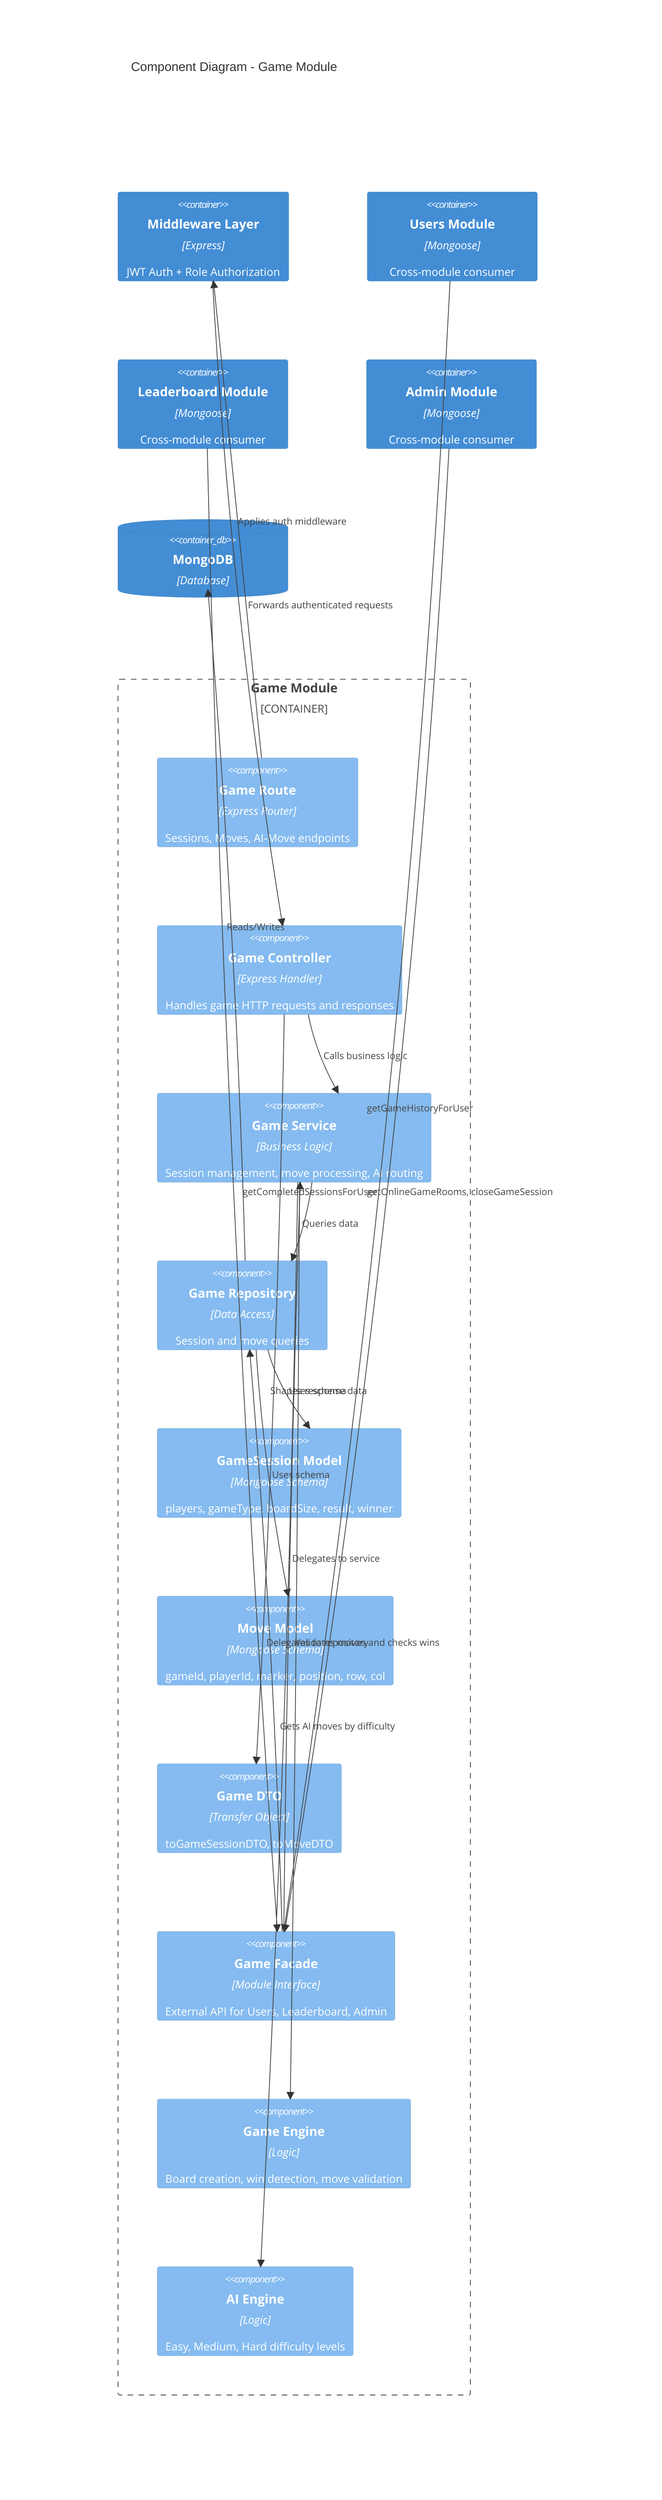
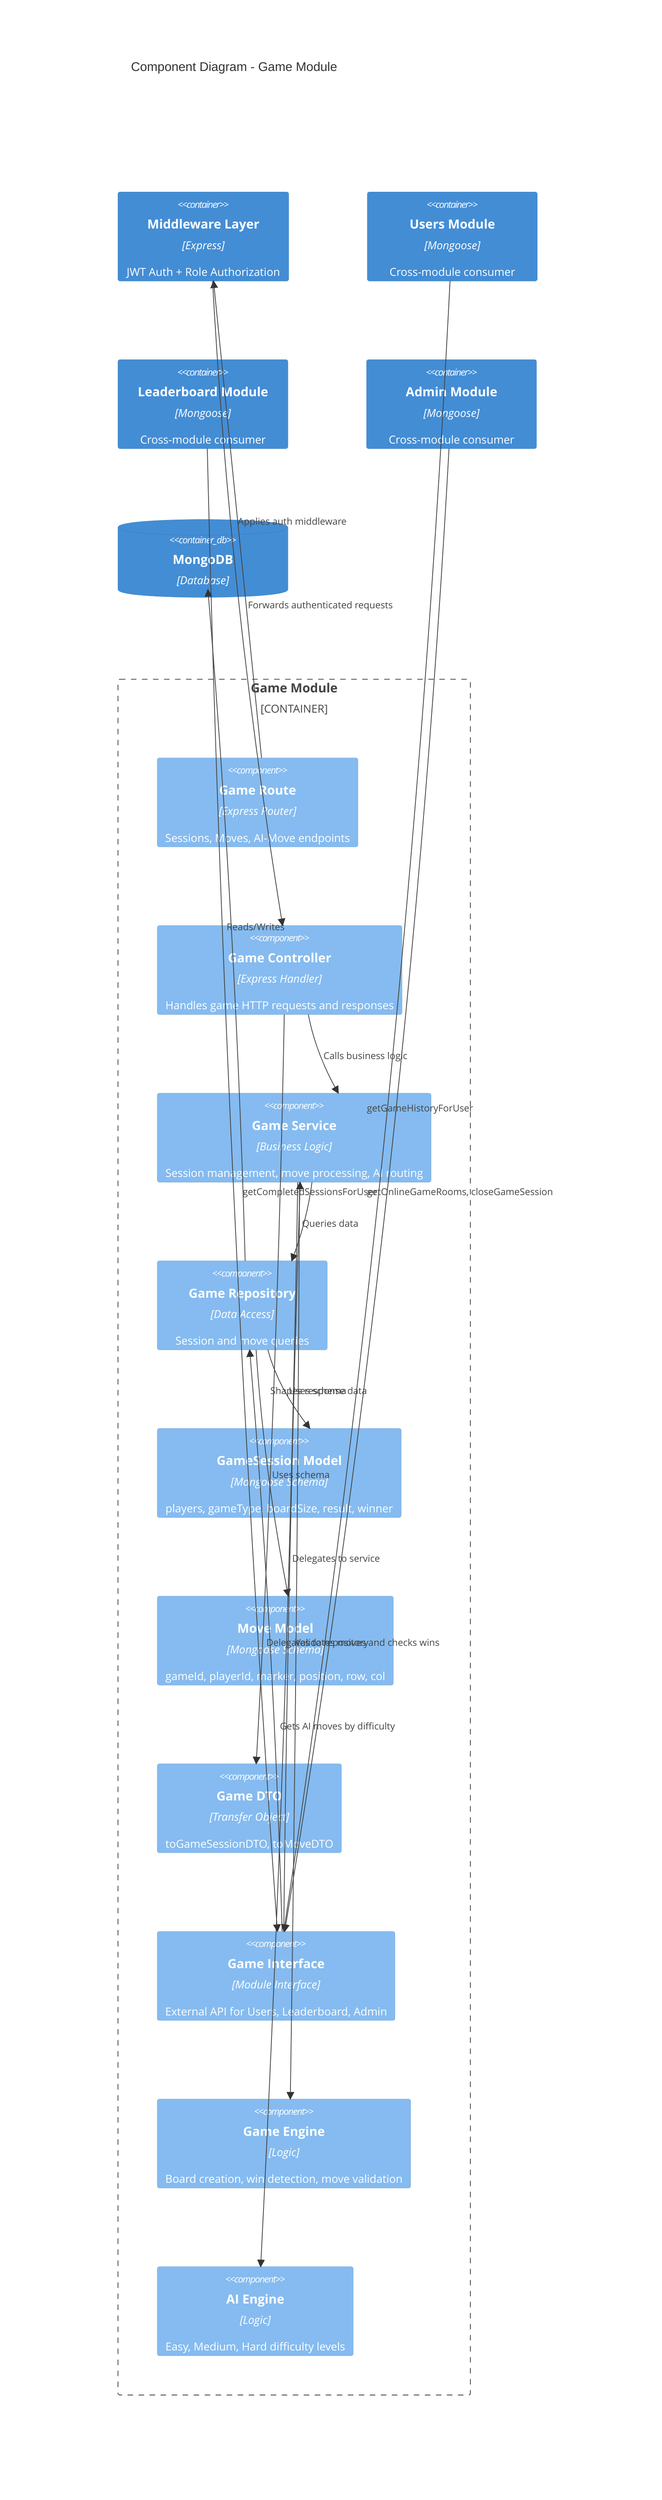
C4Component
    title Component Diagram - Game Module

    Container(mw, "Middleware Layer", "Express", "JWT Auth + Role Authorization")

    Container_Boundary(game, "Game Module") {
        Component(route, "Game Route", "Express Router", "Sessions, Moves, AI-Move endpoints")
        Component(controller, "Game Controller", "Express Handler", "Handles game HTTP requests and responses")
        Component(service, "Game Service", "Business Logic", "Session management, move processing, AI routing")
        Component(repository, "Game Repository", "Data Access", "Session and move queries")
        Component(sessionModel, "GameSession Model", "Mongoose Schema", "players, gameType, boardSize, result, winner")
        Component(moveModel, "Move Model", "Mongoose Schema", "gameId, playerId, marker, position, row, col")
        Component(dto, "Game DTO", "Transfer Object", "toGameSessionDTO, toMoveDTO")
-         Component(facade, "Game Facade", "Module Interface", "External API for Users, Leaderboard, Admin")
+         Component(iface, "Game Interface", "Module Interface", "External API for Users, Leaderboard, Admin")
        Component(engine, "Game Engine", "Logic", "Board creation, win detection, move validation")
        Component(ai, "AI Engine", "Logic", "Easy, Medium, Hard difficulty levels")
    }

    Container(usersModule, "Users Module", "Mongoose", "Cross-module consumer")
    Container(leaderboardModule, "Leaderboard Module", "Mongoose", "Cross-module consumer")
    Container(adminModule, "Admin Module", "Mongoose", "Cross-module consumer")
    ContainerDb(db, "MongoDB", "Database")

    Rel(route, mw, "Applies auth middleware")
    Rel(mw, controller, "Forwards authenticated requests")
    Rel(controller, service, "Calls business logic")
    Rel(controller, dto, "Shapes response data")
    Rel(service, repository, "Queries data")
    Rel(service, engine, "Validates moves and checks wins")
    Rel(service, ai, "Gets AI moves by difficulty")
    Rel(repository, sessionModel, "Uses schema")
    Rel(repository, moveModel, "Uses schema")
    Rel(repository, db, "Reads/Writes")
-     Rel(facade, service, "Delegates to service")
-     Rel(facade, repository, "Delegates to repository")
-     Rel(usersModule, facade, "getGameHistoryForUser")
-     Rel(leaderboardModule, facade, "getCompletedSessionsForUser")
-     Rel(adminModule, facade, "getOnlineGameRooms, closeGameSession")
+     Rel(iface, service, "Delegates to service")
+     Rel(iface, repository, "Delegates to repository")
+     Rel(usersModule, iface, "getGameHistoryForUser")
+     Rel(leaderboardModule, iface, "getCompletedSessionsForUser")
+     Rel(adminModule, iface, "getOnlineGameRooms, closeGameSession")
